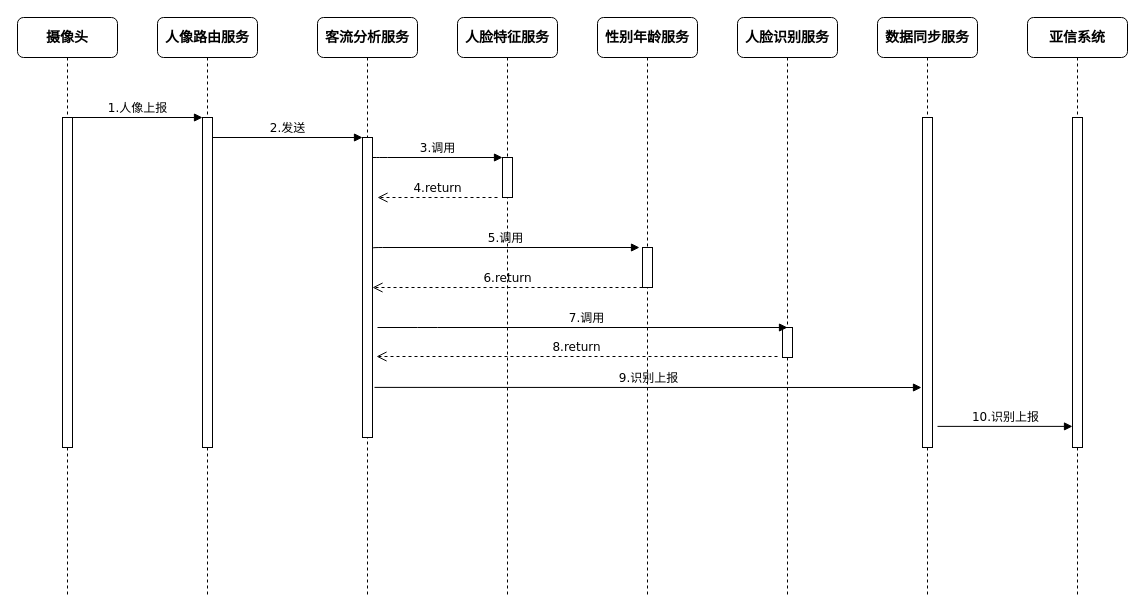
Before: page "客流分析" (1 of 4) of 客流分析.drawio in xiaoxinyi/draw-io, a draw.io diagram. Source tidied: cells renumbered, new cells numbered last; positions are measured from the earlier drawing's top-left corner, leaving out a move shared by most shapes. Both pictures are drawn from the tidied source at 100%, with x=0, y=0 at pixel (17, 17).
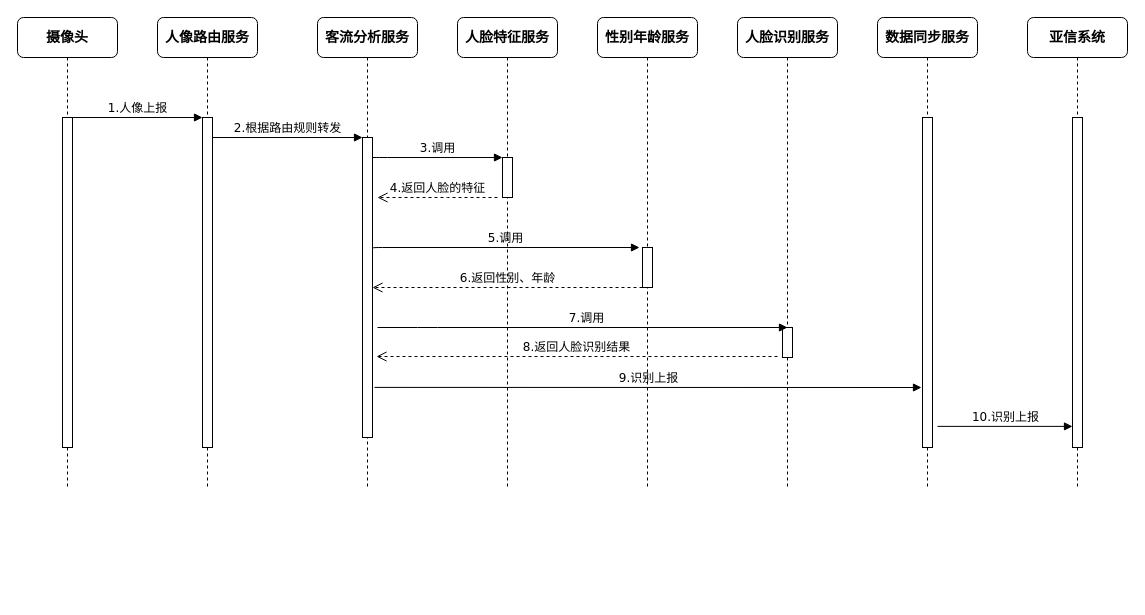
After the change.

The change refers to these unchanged cells:
```xml
<mxCell id="4" style="html=1;points=[];perimeter=orthogonalPerimeter;rounded=0;shadow=0;comic=0;labelBackgroundColor=none;strokeColor=#000000;strokeWidth=1;fillColor=#FFFFFF;fontFamily=Verdana;fontSize=12;fontColor=#000000;align=center;" parent="3" vertex="1">
  <mxGeometry x="45" y="100" width="10" height="330" as="geometry" />
</mxCell>
<mxCell id="6" style="html=1;points=[];perimeter=orthogonalPerimeter;rounded=0;shadow=0;comic=0;labelBackgroundColor=none;strokeColor=#000000;strokeWidth=1;fillColor=#FFFFFF;fontFamily=Verdana;fontSize=12;fontColor=#000000;align=center;" parent="5" vertex="1">
  <mxGeometry x="45" y="120" width="10" height="300" as="geometry" />
</mxCell>
<mxCell id="9" style="html=1;points=[];perimeter=orthogonalPerimeter;rounded=0;shadow=0;comic=0;labelBackgroundColor=none;strokeColor=#000000;strokeWidth=1;fillColor=#FFFFFF;fontFamily=Verdana;fontSize=12;fontColor=#000000;align=center;" parent="8" vertex="1">
  <mxGeometry x="45" y="230" width="10" height="40" as="geometry" />
</mxCell>
```

The edit, as a diff of the source:
```diff
@@
     <mxCell id="2" value="&lt;font style=&quot;font-size: 14px&quot;&gt;&lt;b&gt;亚信系统&lt;/b&gt;&lt;/font&gt;" style="shape=umlLifeline;perimeter=lifelinePerimeter;whiteSpace=wrap;html=1;rounded=1;shadow=0;comic=0;labelBackgroundColor=none;strokeColor=#000000;strokeWidth=1;fillColor=#FFFFFF;fontFamily=Verdana;fontSize=12;fontColor=#000000;align=center;" parent="1" vertex="1">
-      <mxGeometry x="1010" width="100" height="580" as="geometry" />
+      <mxGeometry x="1010" width="100" height="470" as="geometry" />
     </mxCell>
     <mxCell id="3" value="&lt;b&gt;&lt;font style=&quot;font-size: 14px&quot;&gt;人像路由服务&lt;/font&gt;&lt;/b&gt;" style="shape=umlLifeline;perimeter=lifelinePerimeter;whiteSpace=wrap;html=1;rounded=1;shadow=0;comic=0;labelBackgroundColor=none;strokeColor=#000000;strokeWidth=1;fillColor=#FFFFFF;fontFamily=Verdana;fontSize=12;fontColor=#000000;align=center;" parent="1" vertex="1">
-      <mxGeometry x="140" width="100" height="580" as="geometry" />
+      <mxGeometry x="140" width="100" height="470" as="geometry" />
     </mxCell>
@@
     <mxCell id="5" value="&lt;b&gt;&lt;font style=&quot;font-size: 14px&quot;&gt;客流分析服务&lt;/font&gt;&lt;/b&gt;" style="shape=umlLifeline;perimeter=lifelinePerimeter;whiteSpace=wrap;html=1;rounded=1;shadow=0;comic=0;labelBackgroundColor=none;strokeColor=#000000;strokeWidth=1;fillColor=#FFFFFF;fontFamily=Verdana;fontSize=12;fontColor=#000000;align=center;" parent="1" vertex="1">
-      <mxGeometry x="300" width="100" height="580" as="geometry" />
+      <mxGeometry x="300" width="100" height="470" as="geometry" />
     </mxCell>
@@
     <mxCell id="7" value="&lt;b&gt;&lt;font style=&quot;font-size: 14px&quot;&gt;人脸特征服务&lt;/font&gt;&lt;/b&gt;" style="shape=umlLifeline;perimeter=lifelinePerimeter;whiteSpace=wrap;html=1;rounded=1;shadow=0;comic=0;labelBackgroundColor=none;strokeColor=#000000;strokeWidth=1;fillColor=#FFFFFF;fontFamily=Verdana;fontSize=12;fontColor=#000000;align=center;" parent="1" vertex="1">
-      <mxGeometry x="440" width="100" height="580" as="geometry" />
+      <mxGeometry x="440" width="100" height="470" as="geometry" />
     </mxCell>
     <mxCell id="8" value="&lt;b&gt;&lt;font style=&quot;font-size: 14px&quot;&gt;性别年龄服务&lt;/font&gt;&lt;/b&gt;" style="shape=umlLifeline;perimeter=lifelinePerimeter;whiteSpace=wrap;html=1;rounded=1;shadow=0;comic=0;labelBackgroundColor=none;strokeColor=#000000;strokeWidth=1;fillColor=#FFFFFF;fontFamily=Verdana;fontSize=12;fontColor=#000000;align=center;" parent="1" vertex="1">
-      <mxGeometry x="580" width="100" height="580" as="geometry" />
+      <mxGeometry x="580" width="100" height="470" as="geometry" />
     </mxCell>
@@
     <mxCell id="10" value="&lt;b&gt;&lt;font style=&quot;font-size: 14px&quot;&gt;人脸识别服务&lt;/font&gt;&lt;/b&gt;" style="shape=umlLifeline;perimeter=lifelinePerimeter;whiteSpace=wrap;html=1;rounded=1;shadow=0;comic=0;labelBackgroundColor=none;strokeColor=#000000;strokeWidth=1;fillColor=#FFFFFF;fontFamily=Verdana;fontSize=12;fontColor=#000000;align=center;" parent="1" vertex="1">
-      <mxGeometry x="720" width="100" height="580" as="geometry" />
+      <mxGeometry x="720" width="100" height="470" as="geometry" />
     </mxCell>
@@
     <mxCell id="12" value="&lt;b&gt;&lt;font style=&quot;font-size: 14px&quot;&gt;数据同步服务&lt;/font&gt;&lt;/b&gt;" style="shape=umlLifeline;perimeter=lifelinePerimeter;whiteSpace=wrap;html=1;rounded=1;shadow=0;comic=0;labelBackgroundColor=none;strokeColor=#000000;strokeWidth=1;fillColor=#FFFFFF;fontFamily=Verdana;fontSize=12;fontColor=#000000;align=center;" parent="1" vertex="1">
-      <mxGeometry x="860" width="100" height="580" as="geometry" />
+      <mxGeometry x="860" width="100" height="470" as="geometry" />
     </mxCell>
     <mxCell id="13" value="&lt;b&gt;&lt;font style=&quot;font-size: 14px&quot;&gt;摄像头&lt;/font&gt;&lt;/b&gt;" style="shape=umlLifeline;perimeter=lifelinePerimeter;whiteSpace=wrap;html=1;rounded=1;shadow=0;comic=0;labelBackgroundColor=none;strokeColor=#000000;strokeWidth=1;fillColor=#FFFFFF;fontFamily=Verdana;fontSize=12;fontColor=#000000;align=center;" parent="1" vertex="1">
-      <mxGeometry width="100" height="580" as="geometry" />
+      <mxGeometry width="100" height="470" as="geometry" />
     </mxCell>
@@
-    <mxCell id="18" value="6.return" style="html=1;verticalAlign=bottom;endArrow=open;dashed=1;endSize=8;labelBackgroundColor=none;fontFamily=Verdana;fontSize=12;edgeStyle=elbowEdgeStyle;elbow=vertical;" parent="1" edge="1" source="9" target="6">
+    <mxCell id="18" value="6.返回性别、年龄" style="html=1;verticalAlign=bottom;endArrow=open;dashed=1;endSize=8;labelBackgroundColor=none;fontFamily=Verdana;fontSize=12;edgeStyle=elbowEdgeStyle;elbow=vertical;" parent="1" edge="1" source="9" target="6">
       <mxGeometry relative="1" as="geometry">
         <Array as="points">
           <mxPoint x="540" y="270" />
           <mxPoint x="600" y="180" />
         </Array>
       </mxGeometry>
     </mxCell>
@@
-    <mxCell id="21" value="8.return" style="html=1;verticalAlign=bottom;endArrow=open;dashed=1;endSize=8;labelBackgroundColor=none;fontFamily=Verdana;fontSize=12;entryX=1.4;entryY=0.73;entryDx=0;entryDy=0;entryPerimeter=0;" parent="1" edge="1" target="6">
+    <mxCell id="21" value="8.返回人脸识别结果" style="html=1;verticalAlign=bottom;endArrow=open;dashed=1;endSize=8;labelBackgroundColor=none;fontFamily=Verdana;fontSize=12;entryX=1.4;entryY=0.73;entryDx=0;entryDy=0;entryPerimeter=0;" parent="1" edge="1" target="6">
       <mxGeometry relative="1" as="geometry">
         <mxPoint x="760" y="339" as="sourcePoint" />
       </mxGeometry>
     </mxCell>
@@
-    <mxCell id="24" value="2.发送" style="html=1;verticalAlign=bottom;endArrow=block;entryX=0;entryY=0;labelBackgroundColor=none;fontFamily=Verdana;fontSize=12;edgeStyle=elbowEdgeStyle;elbow=vertical;" parent="1" edge="1" source="4" target="6">
+    <mxCell id="24" value="2.根据路由规则转发" style="html=1;verticalAlign=bottom;endArrow=block;entryX=0;entryY=0;labelBackgroundColor=none;fontFamily=Verdana;fontSize=12;edgeStyle=elbowEdgeStyle;elbow=vertical;" parent="1" edge="1" source="4" target="6">
       <mxGeometry relative="1" as="geometry" />
     </mxCell>
-    <mxCell id="25" value="4.return" style="html=1;verticalAlign=bottom;endArrow=open;dashed=1;endSize=8;labelBackgroundColor=none;fontFamily=Verdana;fontSize=12;edgeStyle=elbowEdgeStyle;elbow=vertical;" parent="1" edge="1">
+    <mxCell id="25" value="4.返回人脸的特征" style="html=1;verticalAlign=bottom;endArrow=open;dashed=1;endSize=8;labelBackgroundColor=none;fontFamily=Verdana;fontSize=12;edgeStyle=elbowEdgeStyle;elbow=vertical;" parent="1" edge="1">
       <mxGeometry relative="1" as="geometry">
         <mxPoint x="480" y="180" as="sourcePoint" />
         <mxPoint x="360" y="180" as="targetPoint" />
       </mxGeometry>
     </mxCell>
```
